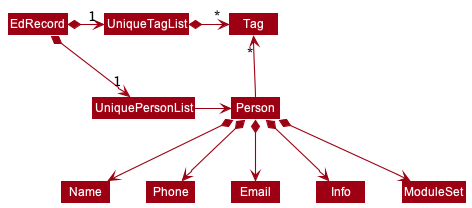
Before: docs/images/BetterModelClassDiagram.png, a diagram exported from PlantUML (nus-cs2103-AY2122S1/tp).
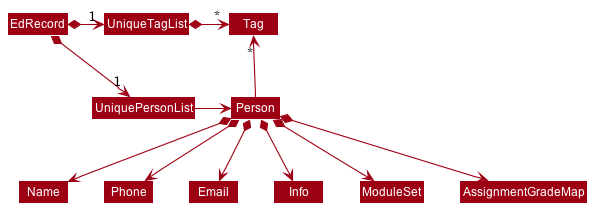
Later version of the same file.

Commit message:
Add UniqueAssignmentList to class diagrams

Diff of the diagram source:
```diff
@@ -19,4 +19,5 @@
 Person *--> Email
 Person *--> Info
 Person *--> ModuleSet
+Person *--> AssignmentGradeMap
 @enduml
```
